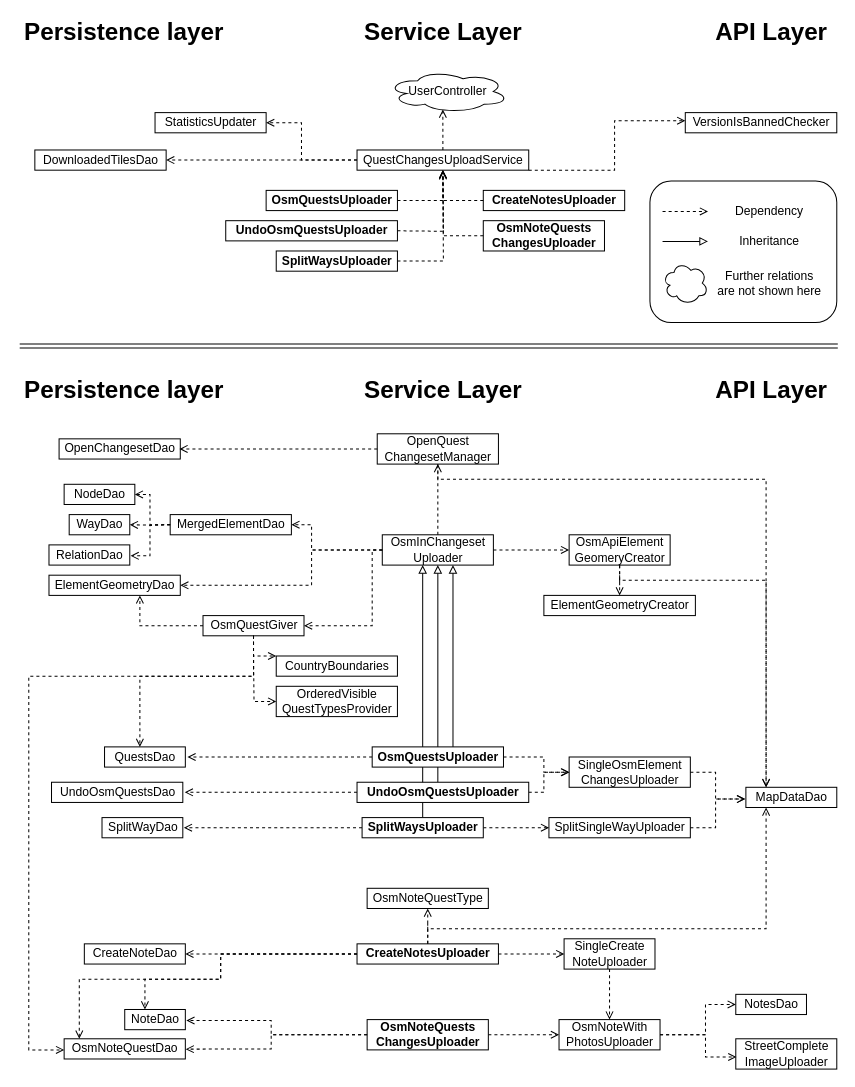
Before: res/overview_upload.drawio in streetcomplete/StreetComplete, a draw.io diagram. Source tidied: cells renumbered, new cells numbered last; positions are measured from the earlier drawing's top-left corner, leaving out a move shared by most shapes. Both pictures are drawn from the tidied source at 101%, with x=0, y=0 at pixel (17, 17).
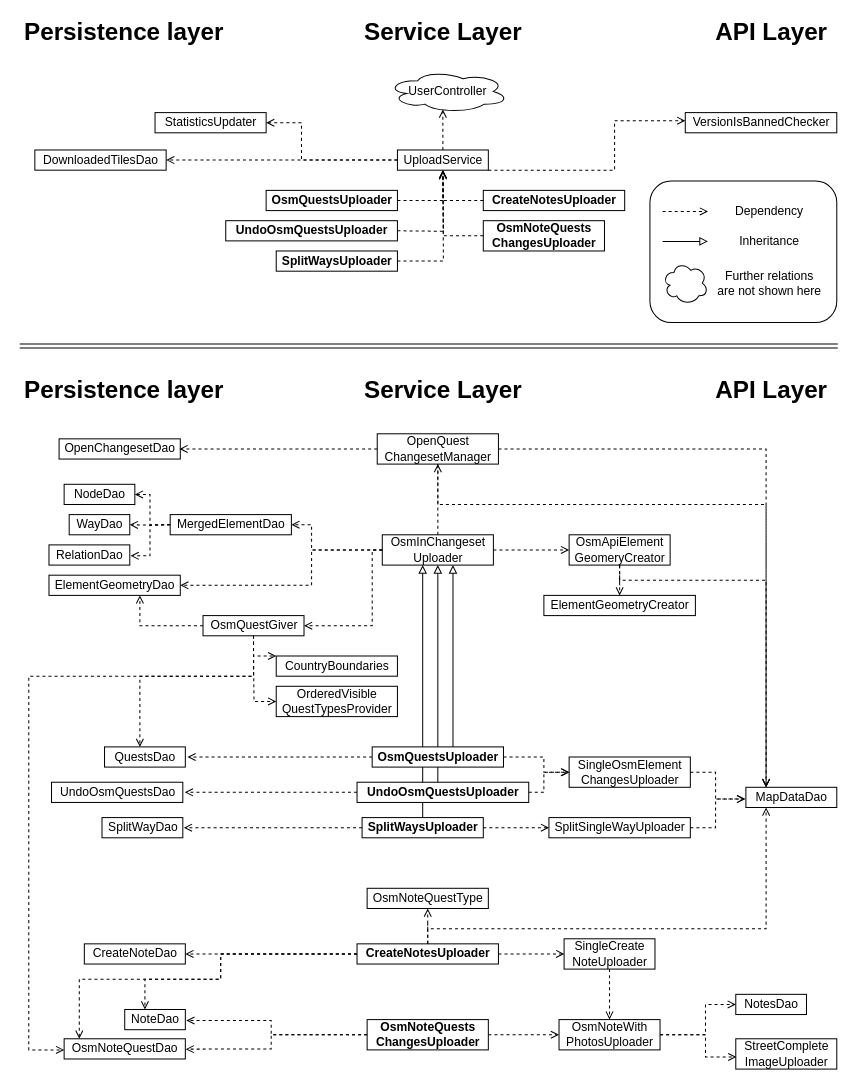
Above is the later version.

Commit message:
udpate diagram

The change refers to these unchanged cells:
```xml
<mxCell id="30" value="OpenQuest&lt;br&gt;ChangesetManager" style="text;html=1;align=center;verticalAlign=middle;points=[];strokeColor=#000000;" parent="1" vertex="1">
  <mxGeometry x="356" y="412" width="120" height="30" as="geometry" />
</mxCell>
<mxCell id="37" value="MapDataDao" style="text;html=1;align=center;verticalAlign=middle;points=[];strokeColor=#000000;" parent="1" vertex="1">
  <mxGeometry x="721" y="762" width="90" height="20" as="geometry" />
</mxCell>
<mxCell id="64" value="OsmApiElement&lt;br&gt;GeomeryCreator" style="text;html=1;align=center;verticalAlign=middle;points=[];strokeColor=#000000;fontColor=#000000;" parent="1" vertex="1">
  <mxGeometry x="546" y="512" width="100" height="30" as="geometry" />
</mxCell>
```

The edit, as a diff of the source:
```diff
@@
     <mxCell id="29" style="edgeStyle=orthogonalEdgeStyle;rounded=0;jettySize=auto;html=1;dashed=1;fontSize=24;fontColor=#FF3333;endArrow=open;endFill=0;" parent="1" edge="1" source="30" target="37">
       <mxGeometry relative="1" as="geometry">
         <Array as="points">
-          <mxPoint x="741" y="457" />
+          <mxPoint x="416" y="482" />
+          <mxPoint x="741" y="482" />
         </Array>
       </mxGeometry>
     </mxCell>
+    <mxCell id="107" style="edgeStyle=orthogonalEdgeStyle;rounded=0;jettySize=auto;html=1;dashed=1;endArrow=open;endFill=0;" parent="1" edge="1" source="30">
+      <mxGeometry relative="1" as="geometry">
+        <mxPoint x="741" y="762" as="targetPoint" />
+        <Array as="points">
+          <mxPoint x="741" y="427" />
+        </Array>
+      </mxGeometry>
+    </mxCell>
@@
     <mxCell id="62" style="edgeStyle=orthogonalEdgeStyle;rounded=0;jettySize=auto;html=1;dashed=1;endArrow=open;endFill=0;fontSize=24;fontColor=#FF3333;" parent="1" edge="1" source="64" target="37">
       <mxGeometry relative="1" as="geometry">
         <Array as="points">
+          <mxPoint x="596" y="557" />
           <mxPoint x="741" y="557" />
         </Array>
       </mxGeometry>
     </mxCell>
@@
-    <mxCell id="77" value="&lt;span style=&quot;text-align: left&quot;&gt;&lt;font style=&quot;font-size: 12px&quot;&gt;QuestChangesUploadService&lt;/font&gt;&lt;/span&gt;" style="text;html=1;align=center;verticalAlign=middle;points=[];strokeColor=#000000;" parent="1" vertex="1">
-      <mxGeometry x="336" y="131" width="170" height="20" as="geometry" />
+    <mxCell id="77" value="&lt;span style=&quot;text-align: left&quot;&gt;&lt;font style=&quot;font-size: 12px&quot;&gt;UploadService&lt;/font&gt;&lt;/span&gt;" style="text;html=1;align=center;verticalAlign=middle;points=[];strokeColor=#000000;" parent="1" vertex="1">
+      <mxGeometry x="376" y="131" width="90" height="20" as="geometry" />
     </mxCell>
```
